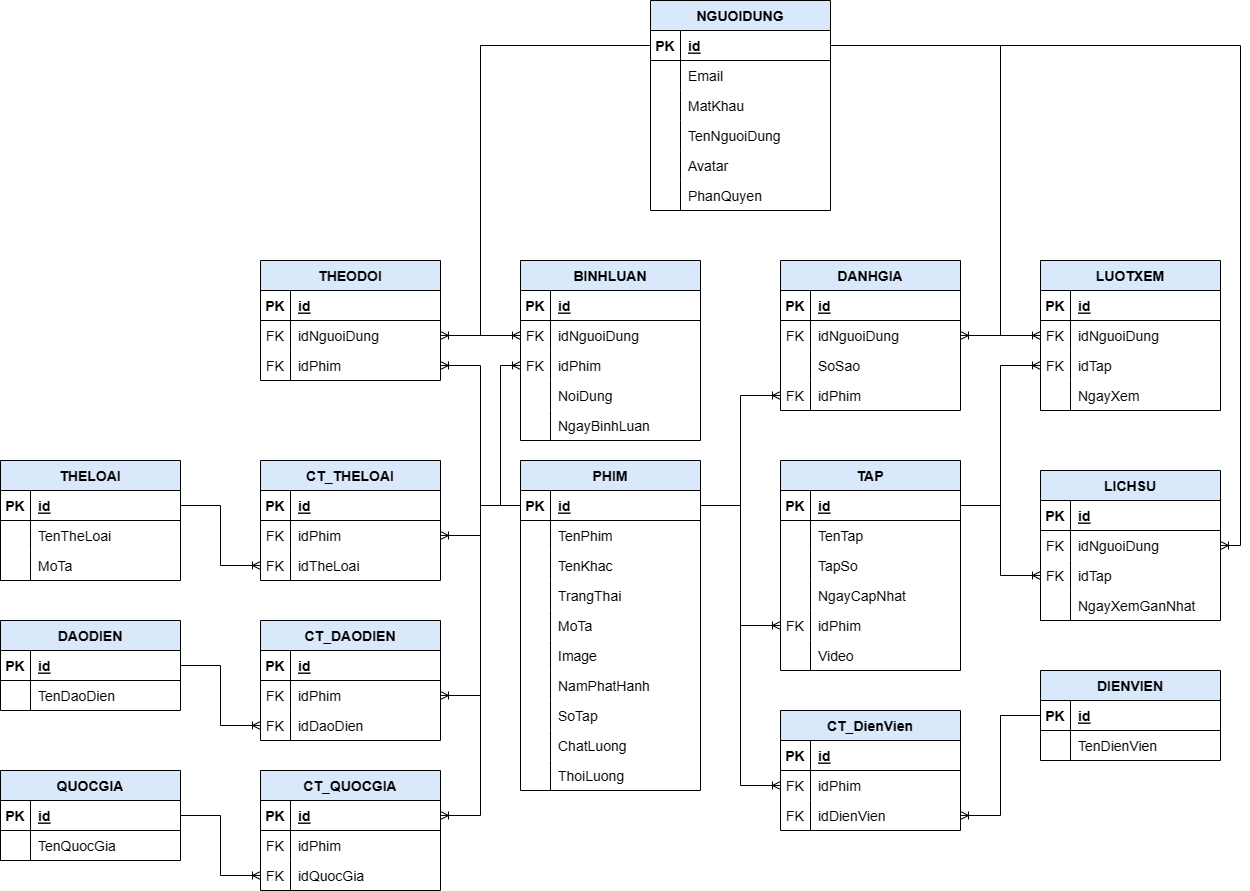
Above: ERD.png in nguyenhuutu270402/nodejs_movie-watching (draw.io), before the change. Source tidied: cells renumbered, new cells last; positions are measured from the earlier drawing's top-left corner, leaving out a move shared by most shapes.
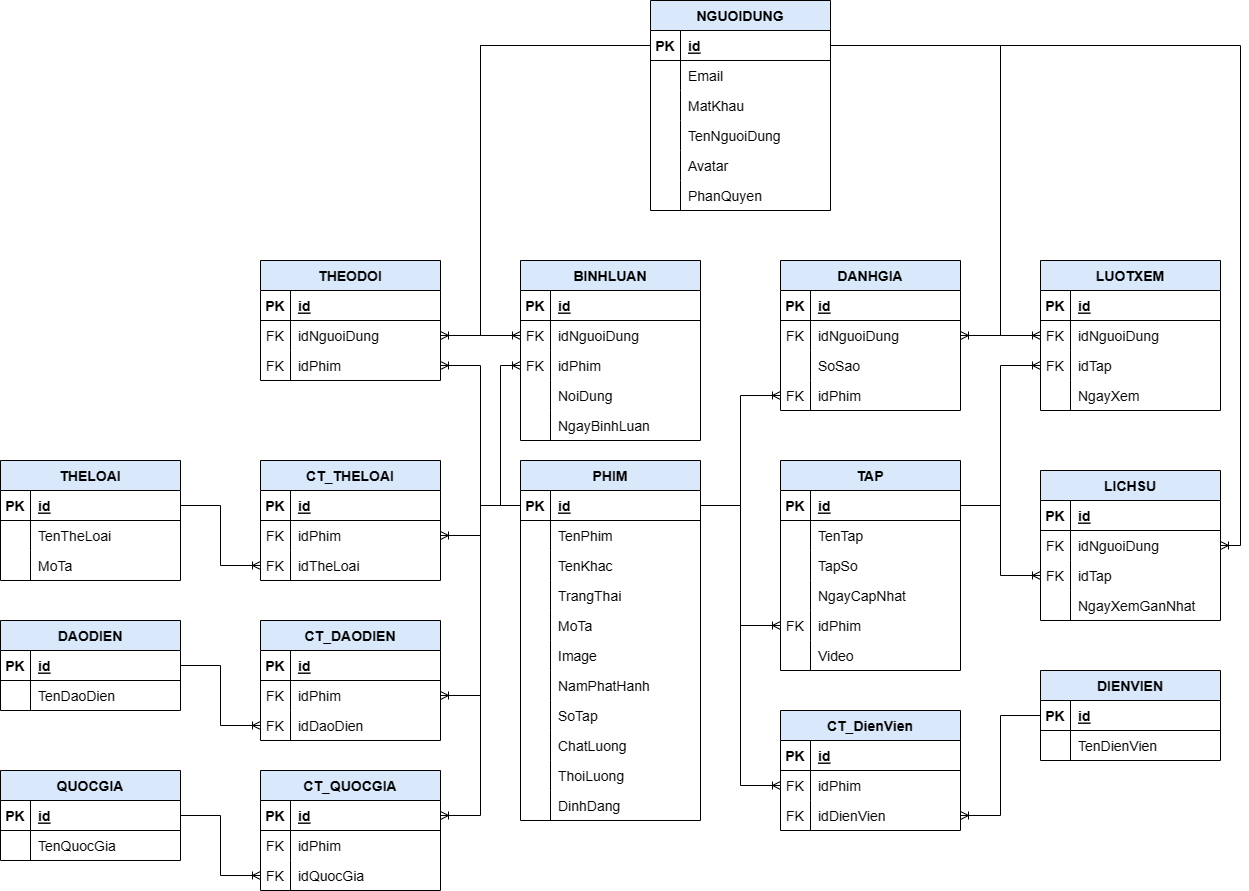
After the change.

Diff of the diagram source:
```diff
@@ -33,7 +33,7 @@
       <mxGeometry x="30" width="150" height="30" as="geometry" />
     </mxCell>
     <mxCell id="12" value="PHIM" style="shape=table;startSize=30;rowLines=0;fontStyle=1;align=center;labelBackgroundColor=none;fillColor=#dae8fc;strokeColor=#000000;fontSize=14;" parent="1" vertex="1">
-      <mxGeometry x="520" y="460" width="180" height="330" as="geometry" />
+      <mxGeometry x="520" y="460" width="180" height="360" as="geometry" />
     </mxCell>
     <mxCell id="13" style="shape=tableRow;horizontal=0;startSize=0;swimlaneHead=0;swimlaneBody=0;fillColor=none;points=[[0,0.5],[1,0.5]];portConstraint=eastwest;top=0;left=0;right=0;bottom=1;fontSize=14;" parent="12" vertex="1">
       <mxGeometry y="30" width="180" height="30" as="geometry" />
@@ -125,6 +125,15 @@
     <mxCell id="42" value="ThoiLuong" style="shape=partialRectangle;fillColor=none;top=0;left=0;bottom=0;right=0;align=left;spacingLeft=6;overflow=hidden;fontSize=14;" parent="40" vertex="1">
       <mxGeometry x="30" width="150" height="30" as="geometry" />
     </mxCell>
+    <mxCell id="226" style="shape=tableRow;horizontal=0;startSize=0;swimlaneHead=0;swimlaneBody=0;fillColor=none;top=0;left=0;right=0;bottom=0;fontSize=14;" parent="12" vertex="1">
+      <mxGeometry y="330" width="180" height="30" as="geometry" />
+    </mxCell>
+    <mxCell id="227" style="shape=partialRectangle;fillColor=none;top=0;left=0;bottom=0;right=0;overflow=hidden;fontSize=14;" parent="226" vertex="1">
+      <mxGeometry width="30" height="30" as="geometry" />
+    </mxCell>
+    <mxCell id="228" value="DinhDang" style="shape=partialRectangle;fillColor=none;top=0;left=0;bottom=0;right=0;align=left;spacingLeft=6;overflow=hidden;fontSize=14;" parent="226" vertex="1">
+      <mxGeometry x="30" width="150" height="30" as="geometry" />
+    </mxCell>
     <mxCell id="43" value="DAODIEN" style="shape=table;startSize=30;rowLines=0;fontStyle=1;align=center;labelBackgroundColor=none;fillColor=#dae8fc;strokeColor=#000000;fontSize=14;" parent="1" vertex="1">
       <mxGeometry y="620" width="180" height="90" as="geometry" />
     </mxCell>
```
